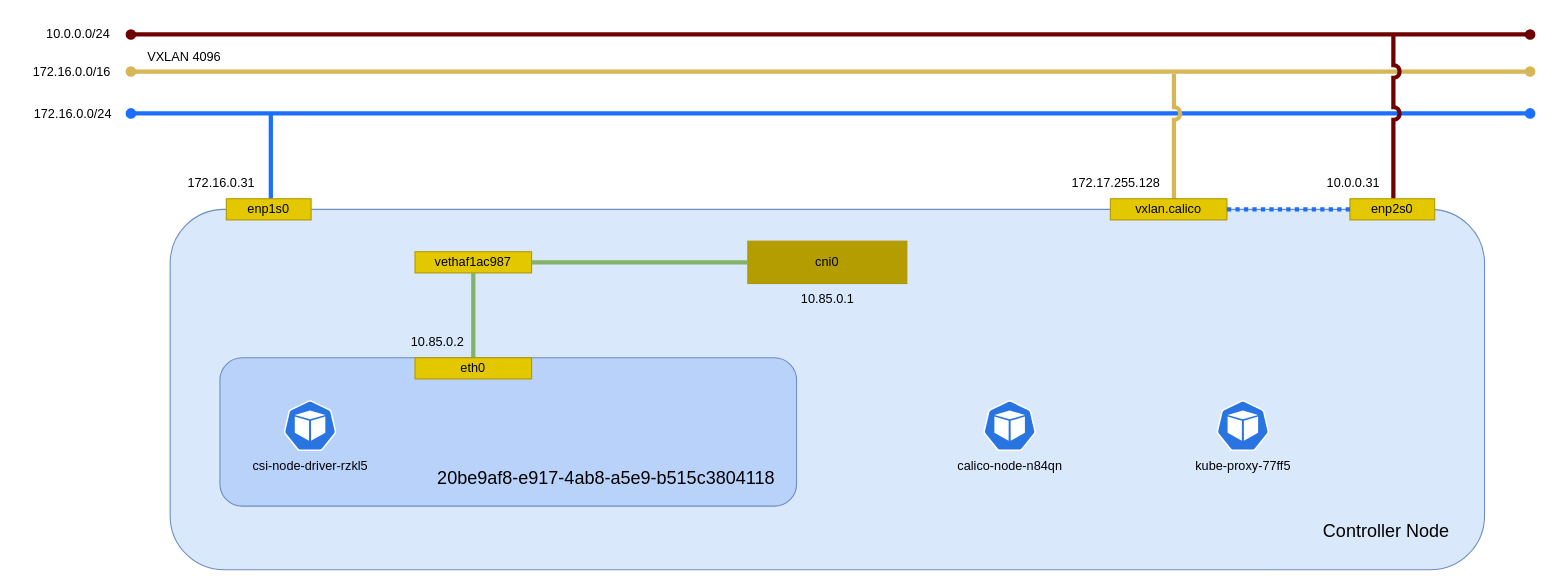
Earlier version of the draw.io diagram _static/image/controller_worker.drawio (9506hqwy/k8s_study_notes). Source tidied: cells renumbered, new cells numbered last; positions are measured from the earlier drawing's top-left corner, leaving out a move shared by most shapes. Both pictures are drawn from the tidied source at 106%, with x=0, y=0 at pixel (18, 18).
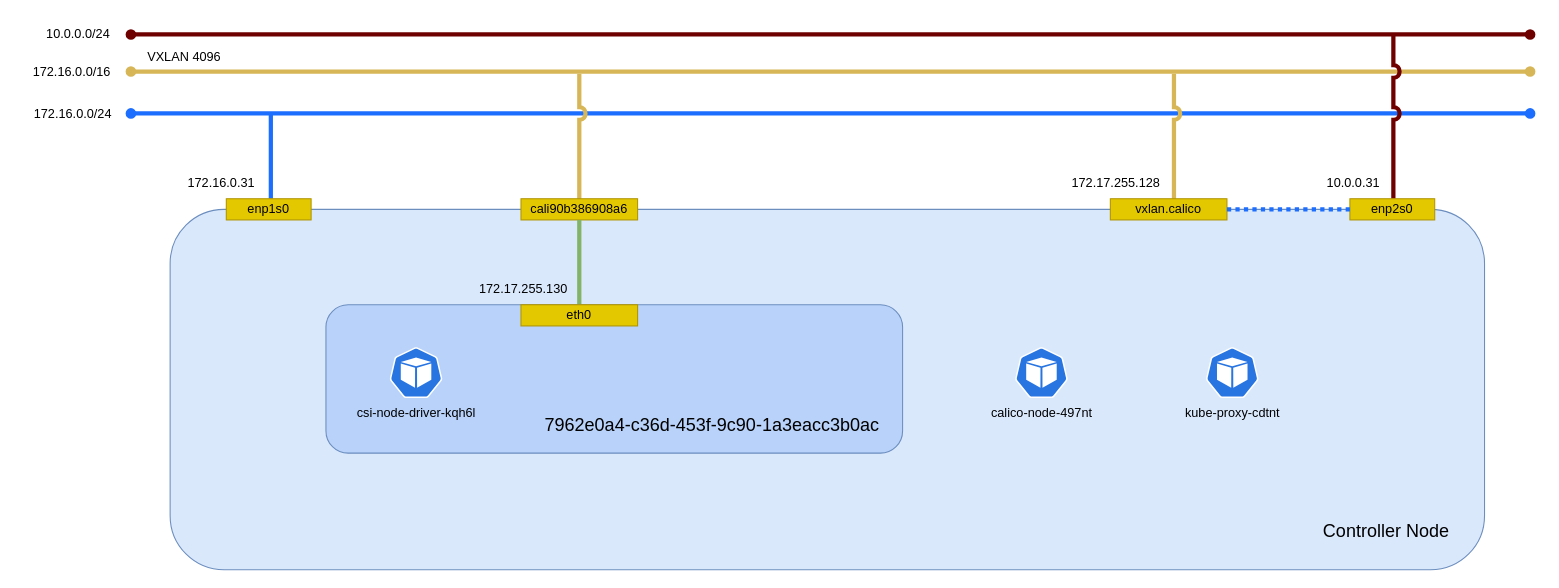
Above is the later version.

Commit message (it also covers changes not shown here):
Worker の構築について更新した。

The edit, as a diff of the source:
```diff
@@
+    <mxCell id="36" style="endArrow=none;html=1;rounded=0;startArrow=none;startFill=0;endFill=0;strokeWidth=4;fillColor=#fff2cc;strokeColor=#d6b656;jumpStyle=arc;" parent="1" edge="1">
+      <mxGeometry relative="1" as="geometry">
+        <mxPoint x="529" y="52" as="sourcePoint" />
+        <mxPoint x="529" y="180" as="targetPoint" />
+      </mxGeometry>
+    </mxCell>
@@
-    <mxCell id="19" value="cni0" style="rounded=0;whiteSpace=wrap;html=1;fillColor=#B39D00;fontColor=#000000;strokeColor=#B09500;" parent="12" vertex="1">
-      <mxGeometry x="688" y="210" width="150" height="40" as="geometry" />
-    </mxCell>
-    <mxCell id="20" value="vethaf1ac987" style="rounded=0;whiteSpace=wrap;html=1;fillColor=#e3c800;fontColor=#000000;strokeColor=#B09500;" parent="12" vertex="1">
-      <mxGeometry x="374" y="220" width="110" height="20" as="geometry" />
+    <mxCell id="20" value="cali90b386908a6" style="rounded=0;whiteSpace=wrap;html=1;fillColor=#e3c800;fontColor=#000000;strokeColor=#B09500;" parent="12" vertex="1">
+      <mxGeometry x="474" y="170" width="110" height="20" as="geometry" />
     </mxCell>
@@
-    <mxCell id="22" style="endArrow=none;html=1;rounded=0;startArrow=none;startFill=0;endFill=0;strokeWidth=4;fillColor=#d5e8d4;strokeColor=#82b366;jumpStyle=arc;entryX=1;entryY=0.5;entryDx=0;entryDy=0;exitX=0;exitY=0.5;exitDx=0;exitDy=0;" parent="12" edge="1" source="19" target="20">
-      <mxGeometry relative="1" as="geometry" />
-    </mxCell>
-    <mxCell id="23" value="10.85.0.1" style="text;html=1;align=center;verticalAlign=middle;strokeColor=none;fillColor=none;" parent="12" vertex="1">
-      <mxGeometry x="728" y="250" width="70" height="30" as="geometry" />
-    </mxCell>
@@
     <mxCell id="28" style="rounded=1;whiteSpace=wrap;html=1;fillColor=#b8d2fa;strokeColor=#6c8ebf;align=center;horizontal=1;" parent="27" vertex="1">
-      <mxGeometry x="190" y="320" width="544" height="140" as="geometry" />
+      <mxGeometry x="290" y="270" width="544" height="140" as="geometry" />
     </mxCell>
-    <mxCell id="29" value="&lt;font style=&quot;font-size: 17px;&quot;&gt;20be9af8-e917-4ab8-a5e9-b515c3804118&lt;/font&gt;" style="text;html=1;align=center;verticalAlign=middle;strokeColor=none;fillColor=none;" parent="27" vertex="1">
-      <mxGeometry x="384" y="420" width="340" height="30" as="geometry" />
+    <mxCell id="29" value="&lt;font style=&quot;font-size: 17px;&quot;&gt;7962e0a4-c36d-453f-9c90-1a3eacc3b0ac&lt;/font&gt;" style="text;html=1;align=center;verticalAlign=middle;strokeColor=none;fillColor=none;" parent="27" vertex="1">
+      <mxGeometry x="484" y="370" width="340" height="30" as="geometry" />
     </mxCell>
-    <mxCell id="30" value="10.85.0.2" style="text;html=1;align=center;verticalAlign=middle;strokeColor=none;fillColor=none;" parent="27" vertex="1">
-      <mxGeometry x="360" y="290" width="70" height="30" as="geometry" />
+    <mxCell id="30" value="172.17.255.130" style="text;html=1;align=center;verticalAlign=middle;strokeColor=none;fillColor=none;" parent="27" vertex="1">
+      <mxGeometry x="421" y="240" width="110" height="30" as="geometry" />
     </mxCell>
     <mxCell id="31" value="eth0" style="rounded=0;whiteSpace=wrap;html=1;fillColor=#e3c800;fontColor=#000000;strokeColor=#B09500;" parent="27" vertex="1">
-      <mxGeometry x="374" y="320" width="110" height="20" as="geometry" />
+      <mxGeometry x="474" y="270" width="110" height="20" as="geometry" />
     </mxCell>
@@
-    <mxCell id="33" value="kube-proxy-77ff5" style="sketch=0;html=1;dashed=0;whitespace=wrap;verticalLabelPosition=bottom;verticalAlign=top;fillColor=#2875E2;strokeColor=#ffffff;shape=mxgraph.kubernetes.icon2;prIcon=pod;" parent="32" vertex="1">
-      <mxGeometry x="1130" y="360" width="50" height="48" as="geometry" />
+    <mxCell id="33" value="kube-proxy-cdtnt" style="sketch=0;html=1;dashed=0;whitespace=wrap;verticalLabelPosition=bottom;verticalAlign=top;fillColor=#2875E2;strokeColor=#ffffff;shape=mxgraph.kubernetes.icon2;prIcon=pod;" parent="32" vertex="1">
+      <mxGeometry x="1120" y="310" width="50" height="48" as="geometry" />
     </mxCell>
-    <mxCell id="34" value="csi-node-driver-rzkl5" style="sketch=0;html=1;dashed=0;whitespace=wrap;verticalLabelPosition=bottom;verticalAlign=top;fillColor=#2875E2;strokeColor=#ffffff;shape=mxgraph.kubernetes.icon2;prIcon=pod;" parent="32" vertex="1">
-      <mxGeometry x="250" y="360" width="50" height="48" as="geometry" />
+    <mxCell id="34" value="csi-node-driver-kqh6l" style="sketch=0;html=1;dashed=0;whitespace=wrap;verticalLabelPosition=bottom;verticalAlign=top;fillColor=#2875E2;strokeColor=#ffffff;shape=mxgraph.kubernetes.icon2;prIcon=pod;" parent="32" vertex="1">
+      <mxGeometry x="350" y="310" width="50" height="48" as="geometry" />
     </mxCell>
-    <mxCell id="35" value="calico-node-n84qn" style="sketch=0;html=1;dashed=0;whitespace=wrap;verticalLabelPosition=bottom;verticalAlign=top;fillColor=#2875E2;strokeColor=#ffffff;shape=mxgraph.kubernetes.icon2;prIcon=pod;" parent="32" vertex="1">
-      <mxGeometry x="910" y="360" width="50" height="48" as="geometry" />
+    <mxCell id="35" value="calico-node-497nt" style="sketch=0;html=1;dashed=0;whitespace=wrap;verticalLabelPosition=bottom;verticalAlign=top;fillColor=#2875E2;strokeColor=#ffffff;shape=mxgraph.kubernetes.icon2;prIcon=pod;" parent="32" vertex="1">
+      <mxGeometry x="940" y="310" width="50" height="48" as="geometry" />
     </mxCell>
```
